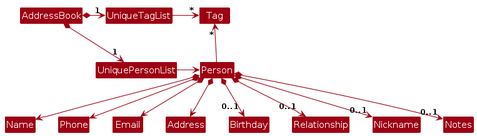
Above: diagrams/BetterModelClassDiagram.png in Benjam11n/tp (PlantUML), before the change. Its source is kept beside it as diagrams/BetterModelClassDiagram.puml. Source of this version:
```plantuml
@startuml
!include style.puml
skinparam arrowThickness 1.1
skinparam arrowColor MODEL_COLOR
skinparam classBackgroundColor MODEL_COLOR

AddressBook *-right-> "1" UniquePersonList
AddressBook *-right-> "1" UniqueTagList
UniqueTagList -[hidden]down- UniquePersonList
UniqueTagList -[hidden]down- UniquePersonList

UniqueTagList -right-> "*" Tag
UniquePersonList -right-> Person

Person -up-> "*" Tag

Person *--> Name
Person *--> Phone
Person *--> Email
Person *--> Address
Person *--> "0..1" Birthday
Person *--> "0..1" Relationship
Person *--> "0..1" Nickname
Person *--> "0..1" Notes
@enduml
```
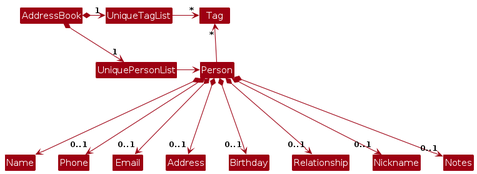
After the change.

Change to the diagram source:
```diff
@@ -14,12 +14,12 @@
 
 Person -up-> "*" Tag
 
-Person *--> Name
-Person *--> Phone
-Person *--> Email
-Person *--> Address
-Person *--> "0..1" Birthday
-Person *--> "0..1" Relationship
-Person *--> "0..1" Nickname
-Person *--> "0..1" Notes
+Person *---> Name
+Person *---> "0..1" Phone
+Person *---> "0..1" Email
+Person *---> "0..1" Address
+Person *---> "0..1" Birthday
+Person *---> "0..1" Relationship
+Person *---> "0..1" Nickname
+Person *---> "0..1" Notes
 @enduml
```
